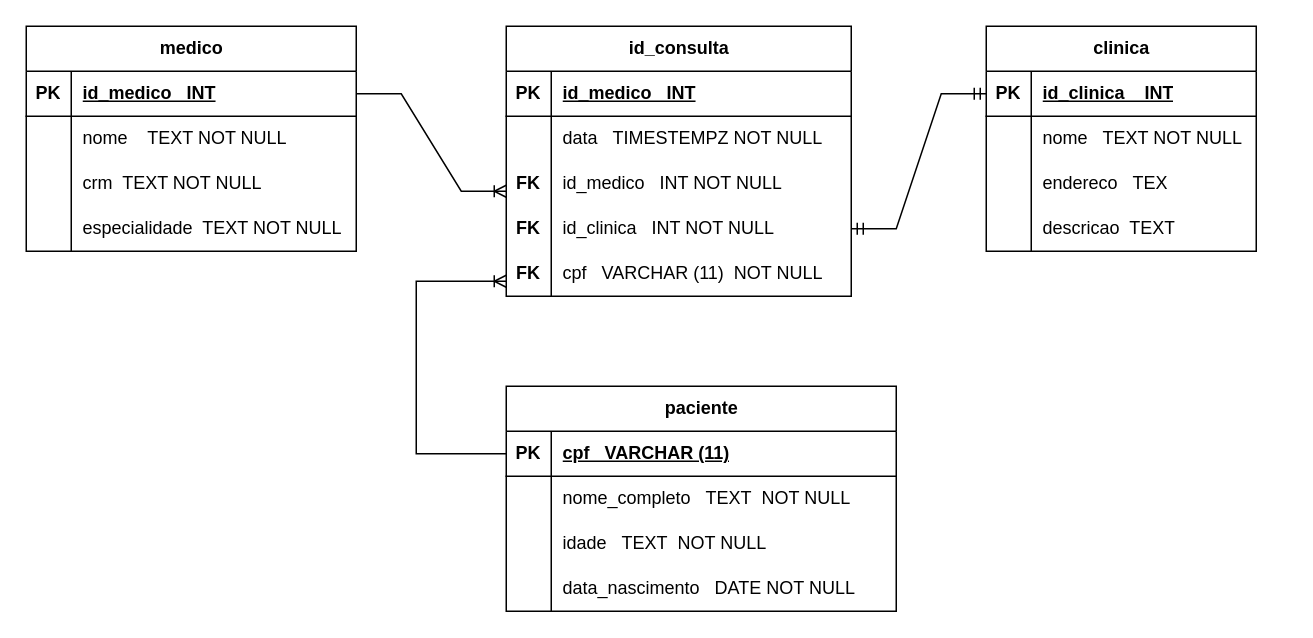
The draw.io diagram page "Físico Clínica" (6 of 6) of Modelagem/Modelagem de Dados.drawio in Euericlesmoura/Projeto-1, before the edit. Source tidied: cells renumbered, new cells numbered last; positions are measured from the earlier drawing's top-left corner, leaving out a move shared by most shapes. Both pictures are drawn from the tidied source at 150%, with x=0, y=0 at pixel (26, 26).
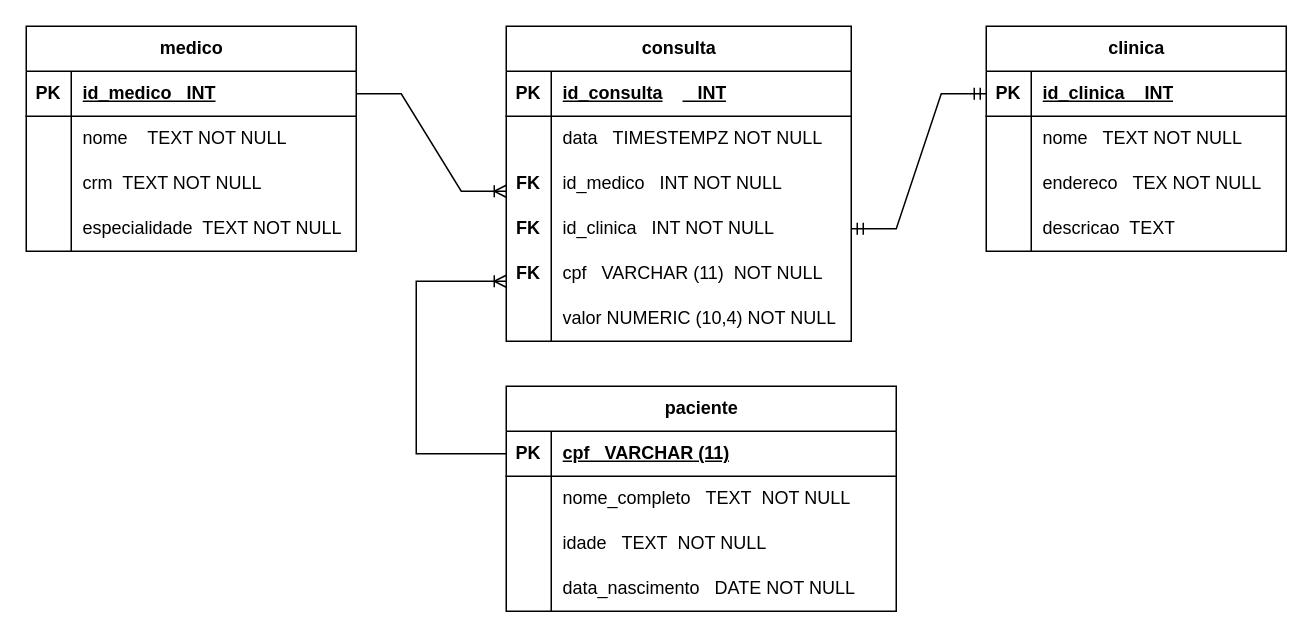
After the change.

The change refers to these unchanged cells:
```xml
<mxCell id="16" style="shape=tableRow;horizontal=0;startSize=0;swimlaneHead=0;swimlaneBody=0;fillColor=none;top=0;left=0;right=0;bottom=1;" parent="15" vertex="1">
  <mxGeometry y="30" width="230" height="30" as="geometry" />
</mxCell>
```

Diff of the diagram source:
```diff
@@
-    <mxCell id="15" value="id_consulta" style="shape=table;startSize=30;childLayout=tableLayout;rowLines=0;fontStyle=1;align=center;html=1;" parent="1" vertex="1">
-      <mxGeometry x="320" width="230" height="180" as="geometry" />
+    <mxCell id="15" value="consulta" style="shape=table;startSize=30;childLayout=tableLayout;rowLines=0;fontStyle=1;align=center;html=1;" parent="1" vertex="1">
+      <mxGeometry x="320" width="230" height="210" as="geometry" />
     </mxCell>
@@
-    <mxCell id="18" value="id_medico&amp;nbsp; &amp;nbsp;INT" style="shape=partialRectangle;fillColor=none;top=0;left=0;bottom=0;right=0;align=left;spacingLeft=6;fontStyle=5;overflow=hidden;whiteSpace=wrap;html=1;" parent="16" vertex="1">
+    <mxCell id="18" value="id_consulta&lt;span style=&quot;white-space: pre;&quot;&gt;&#9;&lt;/span&gt;&amp;nbsp; &amp;nbsp;INT" style="shape=partialRectangle;fillColor=none;top=0;left=0;bottom=0;right=0;align=left;spacingLeft=6;fontStyle=5;overflow=hidden;whiteSpace=wrap;html=1;" parent="16" vertex="1">
       <mxGeometry x="30" width="200" height="30" as="geometry" />
     </mxCell>
@@
+    <mxCell id="63" style="shape=tableRow;horizontal=0;startSize=0;swimlaneHead=0;swimlaneBody=0;fillColor=none;top=0;left=0;right=0;bottom=0;" parent="15" vertex="1">
+      <mxGeometry y="180" width="230" height="30" as="geometry" />
+    </mxCell>
+    <mxCell id="64" style="shape=partialRectangle;fillColor=none;top=0;left=0;bottom=0;right=0;overflow=hidden;whiteSpace=wrap;html=1;" parent="63" vertex="1">
+      <mxGeometry width="30" height="30" as="geometry" />
+    </mxCell>
+    <mxCell id="65" value="valor NUMERIC (10,4) NOT NULL" style="shape=partialRectangle;fillColor=none;top=0;left=0;bottom=0;right=0;align=left;spacingLeft=6;overflow=hidden;whiteSpace=wrap;html=1;" parent="63" vertex="1">
+      <mxGeometry x="30" width="200" height="30" as="geometry" />
+    </mxCell>
@@
     <mxCell id="32" value="clinica" style="shape=table;startSize=30;childLayout=tableLayout;rowLines=0;fontStyle=1;align=center;html=1;" parent="1" vertex="1">
-      <mxGeometry x="640" width="180" height="150" as="geometry" />
+      <mxGeometry x="640" width="200" height="150" as="geometry" />
     </mxCell>
     <mxCell id="33" style="shape=tableRow;horizontal=0;startSize=0;swimlaneHead=0;swimlaneBody=0;fillColor=none;points=[[0,0.5],[1,0.5]];portConstraint=eastwest;top=0;left=0;right=0;bottom=1;" parent="32" vertex="1">
-      <mxGeometry y="30" width="180" height="30" as="geometry" />
+      <mxGeometry y="30" width="200" height="30" as="geometry" />
     </mxCell>
@@
     <mxCell id="35" value="id_clinica&amp;nbsp; &amp;nbsp; INT" style="shape=partialRectangle;fillColor=none;top=0;left=0;bottom=0;right=0;align=left;spacingLeft=6;fontStyle=5;overflow=hidden;whiteSpace=wrap;html=1;" parent="33" vertex="1">
-      <mxGeometry x="30" width="150" height="30" as="geometry" />
+      <mxGeometry x="30" width="170" height="30" as="geometry" />
     </mxCell>
     <mxCell id="36" style="shape=tableRow;horizontal=0;startSize=0;swimlaneHead=0;swimlaneBody=0;fillColor=none;top=0;left=0;right=0;bottom=0;" parent="32" vertex="1">
-      <mxGeometry y="60" width="180" height="30" as="geometry" />
+      <mxGeometry y="60" width="200" height="30" as="geometry" />
     </mxCell>
@@
     <mxCell id="38" value="nome&amp;nbsp; &amp;nbsp;TEXT NOT NULL" style="shape=partialRectangle;fillColor=none;top=0;left=0;bottom=0;right=0;align=left;spacingLeft=6;overflow=hidden;whiteSpace=wrap;html=1;" parent="36" vertex="1">
-      <mxGeometry x="30" width="150" height="30" as="geometry" />
+      <mxGeometry x="30" width="170" height="30" as="geometry" />
     </mxCell>
     <mxCell id="39" style="shape=tableRow;horizontal=0;startSize=0;swimlaneHead=0;swimlaneBody=0;fillColor=none;top=0;left=0;right=0;bottom=0;" parent="32" vertex="1">
-      <mxGeometry y="90" width="180" height="30" as="geometry" />
+      <mxGeometry y="90" width="200" height="30" as="geometry" />
     </mxCell>
@@
-    <mxCell id="41" value="endereco&amp;nbsp; &amp;nbsp;TEX" style="shape=partialRectangle;fillColor=none;top=0;left=0;bottom=0;right=0;align=left;spacingLeft=6;overflow=hidden;whiteSpace=wrap;html=1;" parent="39" vertex="1">
-      <mxGeometry x="30" width="150" height="30" as="geometry" />
+    <mxCell id="41" value="endereco&amp;nbsp; &amp;nbsp;TEX NOT NULL" style="shape=partialRectangle;fillColor=none;top=0;left=0;bottom=0;right=0;align=left;spacingLeft=6;overflow=hidden;whiteSpace=wrap;html=1;" parent="39" vertex="1">
+      <mxGeometry x="30" width="170" height="30" as="geometry" />
     </mxCell>
     <mxCell id="42" style="shape=tableRow;horizontal=0;startSize=0;swimlaneHead=0;swimlaneBody=0;fillColor=none;top=0;left=0;right=0;bottom=0;" parent="32" vertex="1">
-      <mxGeometry y="120" width="180" height="30" as="geometry" />
+      <mxGeometry y="120" width="200" height="30" as="geometry" />
     </mxCell>
@@
     <mxCell id="44" value="descricao&amp;nbsp; TEXT" style="shape=partialRectangle;fillColor=none;top=0;left=0;bottom=0;right=0;align=left;spacingLeft=6;overflow=hidden;whiteSpace=wrap;html=1;" parent="42" vertex="1">
-      <mxGeometry x="30" width="150" height="30" as="geometry" />
+      <mxGeometry x="30" width="170" height="30" as="geometry" />
     </mxCell>
```
